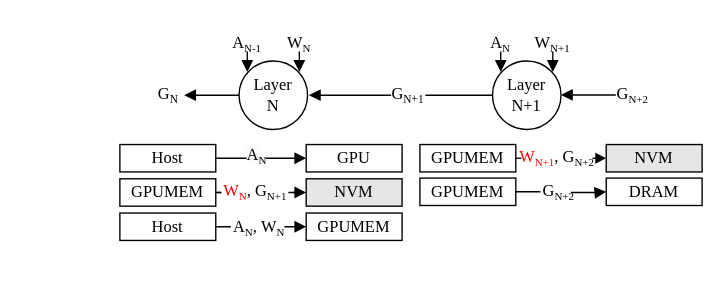
Above: fig/pipeline2.drawio in icszhr/NCheck (draw.io), before the change. Source tidied: cells renumbered, new cells numbered last; positions are measured from the earlier drawing's top-left corner, leaving out a move shared by most shapes. Both pictures are drawn from the tidied source at 137%, with x=0, y=0 at pixel (119, 23).
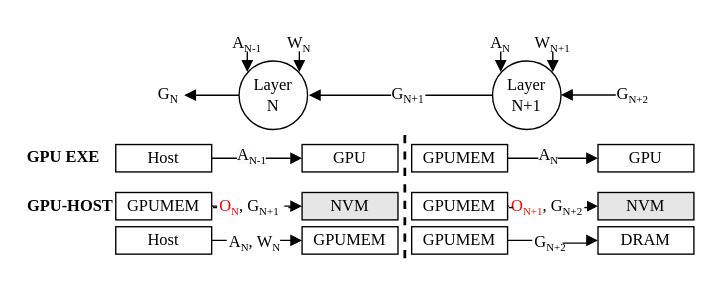
The same diagram, later.

Change to the diagram source:
```diff
@@
     <mxCell id="8" value="Host" style="rounded=0;whiteSpace=wrap;html=1;fontFamily=Times New Roman;" parent="1" vertex="1">
-      <mxGeometry y="88" width="70" height="20" as="geometry" />
+      <mxGeometry x="-3" y="88" width="70" height="20" as="geometry" />
     </mxCell>
     <mxCell id="9" value="GPU" style="rounded=0;whiteSpace=wrap;html=1;fontFamily=Times New Roman;" parent="1" vertex="1">
-      <mxGeometry x="136" y="88" width="70" height="20" as="geometry" />
+      <mxGeometry x="133" y="88" width="70" height="20" as="geometry" />
     </mxCell>
-    <mxCell id="10" value="&lt;span style=&quot;color: rgb(0, 0, 0); font-size: 12px; font-style: normal; font-variant-ligatures: normal; font-variant-caps: normal; font-weight: 400; letter-spacing: normal; orphans: 2; text-align: center; text-indent: 0px; text-transform: none; widows: 2; word-spacing: 0px; -webkit-text-stroke-width: 0px; white-space: normal; background-color: rgb(251, 251, 251); text-decoration-thickness: initial; text-decoration-style: initial; text-decoration-color: initial; float: none; display: inline !important;&quot;&gt;A&lt;/span&gt;&lt;sub style=&quot;forced-color-adjust: none; color: rgb(0, 0, 0); font-style: normal; font-variant-ligatures: normal; font-variant-caps: normal; font-weight: 400; letter-spacing: normal; orphans: 2; text-align: center; text-indent: 0px; text-transform: none; widows: 2; word-spacing: 0px; -webkit-text-stroke-width: 0px; white-space: normal; background-color: rgb(251, 251, 251); text-decoration-thickness: initial; text-decoration-style: initial; text-decoration-color: initial;&quot;&gt;&lt;font style=&quot;font-size: 8px;&quot;&gt;N&lt;/font&gt;&lt;/sub&gt;" style="text;whiteSpace=wrap;html=1;fontFamily=Times New Roman;" parent="1" vertex="1">
-      <mxGeometry x="91" y="82" width="23" height="30" as="geometry" />
+    <mxCell id="10" value="&lt;span style=&quot;color: rgb(0, 0, 0); font-size: 12px; font-style: normal; font-variant-ligatures: normal; font-variant-caps: normal; font-weight: 400; letter-spacing: normal; orphans: 2; text-align: center; text-indent: 0px; text-transform: none; widows: 2; word-spacing: 0px; -webkit-text-stroke-width: 0px; white-space: normal; background-color: rgb(251, 251, 251); text-decoration-thickness: initial; text-decoration-style: initial; text-decoration-color: initial; float: none; display: inline !important;&quot;&gt;A&lt;/span&gt;&lt;sub style=&quot;forced-color-adjust: none; color: rgb(0, 0, 0); font-style: normal; font-variant-ligatures: normal; font-variant-caps: normal; font-weight: 400; letter-spacing: normal; orphans: 2; text-align: center; text-indent: 0px; text-transform: none; widows: 2; word-spacing: 0px; -webkit-text-stroke-width: 0px; white-space: normal; background-color: rgb(251, 251, 251); text-decoration-thickness: initial; text-decoration-style: initial; text-decoration-color: initial;&quot;&gt;&lt;font style=&quot;font-size: 8px;&quot;&gt;N-1&lt;/font&gt;&lt;/sub&gt;" style="text;whiteSpace=wrap;html=1;fontFamily=Times New Roman;" parent="1" vertex="1">
+      <mxGeometry x="84" y="82" width="30" height="30" as="geometry" />
     </mxCell>
@@
+    <mxCell id="43" value="&lt;b&gt;GPU-HOST&lt;/b&gt;" style="text;html=1;align=center;verticalAlign=middle;whiteSpace=wrap;rounded=0;fontFamily=Times New Roman;" parent="1" vertex="1">
+      <mxGeometry x="-70" y="118" width="68" height="30" as="geometry" />
+    </mxCell>
@@
     <mxCell id="23" value="GPUMEM" style="rounded=0;whiteSpace=wrap;html=1;fontFamily=Times New Roman;" parent="1" vertex="1">
-      <mxGeometry x="219" y="88" width="70" height="20" as="geometry" />
+      <mxGeometry x="213" y="123" width="70" height="20" as="geometry" />
     </mxCell>
     <mxCell id="24" value="NVM" style="rounded=0;whiteSpace=wrap;html=1;fontFamily=Times New Roman;fillColor=#E6E6E6;" parent="1" vertex="1">
-      <mxGeometry x="355" y="88" width="70" height="20" as="geometry" />
+      <mxGeometry x="349" y="123" width="70" height="20" as="geometry" />
     </mxCell>
-    <mxCell id="25" value="&lt;div style=&quot;text-align: center;&quot;&gt;&lt;span style=&quot;background-color: initial; color: rgb(255, 0, 0);&quot;&gt;W&lt;/span&gt;&lt;sub style=&quot;background-color: initial; color: rgb(255, 0, 0);&quot;&gt;&lt;font style=&quot;font-size: 8px;&quot;&gt;N+1&lt;/font&gt;&lt;/sub&gt;, G&lt;sub&gt;&lt;font style=&quot;font-size: 8px;&quot;&gt;N+2&lt;/font&gt;&lt;/sub&gt;&lt;br&gt;&lt;/div&gt;" style="text;whiteSpace=wrap;html=1;fillColor=default;fontFamily=Times New Roman;" parent="1" vertex="1">
-      <mxGeometry x="290" y="83" width="57" height="20" as="geometry" />
+    <mxCell id="25" value="&lt;div style=&quot;text-align: center;&quot;&gt;&lt;span style=&quot;background-color: initial; color: rgb(255, 0, 0);&quot;&gt;O&lt;/span&gt;&lt;sub style=&quot;background-color: initial; color: rgb(255, 0, 0);&quot;&gt;&lt;font style=&quot;font-size: 8px;&quot;&gt;N+1&lt;/font&gt;&lt;/sub&gt;, G&lt;sub&gt;&lt;font style=&quot;font-size: 8px;&quot;&gt;N+2&lt;/font&gt;&lt;/sub&gt;&lt;br&gt;&lt;/div&gt;" style="text;whiteSpace=wrap;html=1;fillColor=default;fontFamily=Times New Roman;" parent="1" vertex="1">
+      <mxGeometry x="284" y="119" width="57" height="20" as="geometry" />
     </mxCell>
     <mxCell id="26" style="endArrow=none;html=1;rounded=0;" parent="1" edge="1">
       <mxGeometry relative="1" as="geometry">
-        <mxPoint x="290" y="98" as="sourcePoint" />
-        <mxPoint x="293" y="98" as="targetPoint" />
+        <mxPoint x="284" y="134" as="sourcePoint" />
+        <mxPoint x="287" y="134" as="targetPoint" />
       </mxGeometry>
     </mxCell>
     <mxCell id="27" style="endArrow=none;html=1;rounded=0;" parent="1" edge="1">
       <mxGeometry relative="1" as="geometry">
-        <mxPoint x="345" y="98" as="sourcePoint" />
-        <mxPoint x="348" y="98" as="targetPoint" />
+        <mxPoint x="339" y="134" as="sourcePoint" />
+        <mxPoint x="342" y="134" as="targetPoint" />
       </mxGeometry>
     </mxCell>
@@
     <mxCell id="29" value="GPUMEM" style="rounded=0;whiteSpace=wrap;html=1;fontFamily=Times New Roman;" parent="1" vertex="1">
-      <mxGeometry x="219" y="112.5" width="70" height="20" as="geometry" />
+      <mxGeometry x="213" y="148" width="70" height="20" as="geometry" />
     </mxCell>
     <mxCell id="30" value="DRAM" style="rounded=0;whiteSpace=wrap;html=1;fontFamily=Times New Roman;" parent="1" vertex="1">
-      <mxGeometry x="355" y="112.5" width="70" height="20" as="geometry" />
+      <mxGeometry x="349" y="148" width="70" height="20" as="geometry" />
     </mxCell>
@@
     <mxCell id="32" value="&lt;div style=&quot;text-align: center;&quot;&gt;G&lt;sub&gt;&lt;font style=&quot;font-size: 8px;&quot;&gt;N+2&lt;/font&gt;&lt;/sub&gt;&lt;br&gt;&lt;/div&gt;" style="text;whiteSpace=wrap;html=1;fillColor=default;fontFamily=Times New Roman;" parent="1" vertex="1">
-      <mxGeometry x="307" y="108" width="22" height="30" as="geometry" />
+      <mxGeometry x="301" y="145" width="22" height="30" as="geometry" />
     </mxCell>
@@
     <mxCell id="34" value="GPUMEM" style="rounded=0;whiteSpace=wrap;html=1;fontFamily=Times New Roman;" parent="1" vertex="1">
-      <mxGeometry y="113" width="70" height="20" as="geometry" />
+      <mxGeometry x="-3" y="123" width="70" height="20" as="geometry" />
     </mxCell>
     <mxCell id="35" value="NVM" style="rounded=0;whiteSpace=wrap;html=1;fontFamily=Times New Roman;fillColor=#E6E6E6;" parent="1" vertex="1">
-      <mxGeometry x="136" y="113" width="70" height="20" as="geometry" />
+      <mxGeometry x="133" y="123" width="70" height="20" as="geometry" />
     </mxCell>
-    <mxCell id="36" value="&lt;div style=&quot;text-align: center;&quot;&gt;&lt;span style=&quot;background-color: initial; color: rgb(255, 0, 0);&quot;&gt;W&lt;/span&gt;&lt;sub style=&quot;background-color: initial; color: rgb(255, 0, 0);&quot;&gt;&lt;font style=&quot;font-size: 8px;&quot;&gt;N&lt;/font&gt;&lt;/sub&gt;, G&lt;sub&gt;&lt;font style=&quot;font-size: 8px;&quot;&gt;N+1&lt;/font&gt;&lt;/sub&gt;&lt;br&gt;&lt;/div&gt;" style="text;whiteSpace=wrap;html=1;fillColor=default;fontFamily=Times New Roman;" parent="1" vertex="1">
-      <mxGeometry x="74" y="108" width="49" height="20" as="geometry" />
+    <mxCell id="36" value="&lt;div style=&quot;text-align: center;&quot;&gt;&lt;span style=&quot;background-color: initial; color: rgb(255, 0, 0);&quot;&gt;O&lt;/span&gt;&lt;sub style=&quot;background-color: initial; color: rgb(255, 0, 0);&quot;&gt;&lt;font style=&quot;font-size: 8px;&quot;&gt;N&lt;/font&gt;&lt;/sub&gt;, G&lt;sub&gt;&lt;font style=&quot;font-size: 8px;&quot;&gt;N+1&lt;/font&gt;&lt;/sub&gt;&lt;br&gt;&lt;/div&gt;" style="text;whiteSpace=wrap;html=1;fillColor=default;fontFamily=Times New Roman;" parent="1" vertex="1">
+      <mxGeometry x="71" y="119" width="49" height="20" as="geometry" />
     </mxCell>
     <mxCell id="37" style="endArrow=none;html=1;rounded=0;" parent="1" edge="1">
       <mxGeometry relative="1" as="geometry">
-        <mxPoint x="71" y="123" as="sourcePoint" />
-        <mxPoint x="74" y="123" as="targetPoint" />
+        <mxPoint x="68" y="134" as="sourcePoint" />
+        <mxPoint x="71" y="134" as="targetPoint" />
       </mxGeometry>
     </mxCell>
     <mxCell id="38" style="endArrow=none;html=1;rounded=0;" parent="1" edge="1">
       <mxGeometry relative="1" as="geometry">
-        <mxPoint x="126" y="123" as="sourcePoint" />
-        <mxPoint x="129" y="123" as="targetPoint" />
+        <mxPoint x="123" y="134" as="sourcePoint" />
+        <mxPoint x="126" y="134" as="targetPoint" />
       </mxGeometry>
     </mxCell>
@@
     <mxCell id="40" value="Host" style="rounded=0;whiteSpace=wrap;html=1;fontFamily=Times New Roman;" parent="1" vertex="1">
-      <mxGeometry y="138" width="70" height="20" as="geometry" />
+      <mxGeometry x="-3" y="148" width="70" height="20" as="geometry" />
     </mxCell>
     <mxCell id="41" value="GPUMEM" style="rounded=0;whiteSpace=wrap;html=1;fontFamily=Times New Roman;" parent="1" vertex="1">
-      <mxGeometry x="136" y="138" width="70" height="20" as="geometry" />
+      <mxGeometry x="133" y="148" width="70" height="20" as="geometry" />
     </mxCell>
     <mxCell id="42" value="&lt;div style=&quot;text-align: center;&quot;&gt;A&lt;sub&gt;&lt;font style=&quot;font-size: 8px;&quot;&gt;N&lt;/font&gt;&lt;/sub&gt;&lt;span style=&quot;background-color: initial;&quot;&gt;,&amp;nbsp;&lt;/span&gt;&lt;span style=&quot;background-color: initial;&quot;&gt;W&lt;/span&gt;&lt;sub style=&quot;background-color: initial;&quot;&gt;&lt;font style=&quot;font-size: 8px;&quot;&gt;N&lt;/font&gt;&lt;/sub&gt;&lt;span style=&quot;background-color: initial;&quot;&gt;&amp;nbsp;&lt;/span&gt;&lt;/div&gt;" style="text;whiteSpace=wrap;html=1;fillColor=default;fontFamily=Times New Roman;" parent="1" vertex="1">
-      <mxGeometry x="81" y="133.5" width="39" height="20" as="geometry" />
+      <mxGeometry x="78" y="144.5" width="39" height="20" as="geometry" />
     </mxCell>
+    <mxCell id="44" value="&lt;b&gt;GPU EXE&lt;/b&gt;" style="text;html=1;align=center;verticalAlign=middle;whiteSpace=wrap;rounded=0;fontFamily=Times New Roman;" parent="1" vertex="1">
+      <mxGeometry x="-70" y="82" width="58" height="30" as="geometry" />
+    </mxCell>
+    <mxCell id="45" style="endArrow=none;html=1;rounded=0;dashed=1;strokeWidth=2;" parent="1" edge="1">
+      <mxGeometry relative="1" as="geometry">
+        <mxPoint x="208" y="171" as="sourcePoint" />
+        <mxPoint x="208" y="75" as="targetPoint" />
+      </mxGeometry>
+    </mxCell>
+    <mxCell id="46" style="edgeStyle=orthogonalEdgeStyle;rounded=0;jettySize=auto;html=1;entryX=0;entryY=0.5;entryDx=0;entryDy=0;endArrow=block;endFill=1;exitX=1;exitY=0.5;exitDx=0;exitDy=0;fontFamily=Times New Roman;" parent="1" edge="1" source="47" target="48">
+      <mxGeometry relative="1" as="geometry" />
+    </mxCell>
+    <mxCell id="47" value="GPUMEM" style="rounded=0;whiteSpace=wrap;html=1;fontFamily=Times New Roman;" parent="1" vertex="1">
+      <mxGeometry x="213" y="88" width="70" height="20" as="geometry" />
+    </mxCell>
+    <mxCell id="48" value="GPU" style="rounded=0;whiteSpace=wrap;html=1;fontFamily=Times New Roman;" parent="1" vertex="1">
+      <mxGeometry x="349" y="88" width="70" height="20" as="geometry" />
+    </mxCell>
+    <mxCell id="49" value="&lt;span style=&quot;color: rgb(0, 0, 0); font-size: 12px; font-style: normal; font-variant-ligatures: normal; font-variant-caps: normal; font-weight: 400; letter-spacing: normal; orphans: 2; text-align: center; text-indent: 0px; text-transform: none; widows: 2; word-spacing: 0px; -webkit-text-stroke-width: 0px; white-space: normal; background-color: rgb(251, 251, 251); text-decoration-thickness: initial; text-decoration-style: initial; text-decoration-color: initial; float: none; display: inline !important;&quot;&gt;A&lt;/span&gt;&lt;sub style=&quot;forced-color-adjust: none; color: rgb(0, 0, 0); font-style: normal; font-variant-ligatures: normal; font-variant-caps: normal; font-weight: 400; letter-spacing: normal; orphans: 2; text-align: center; text-indent: 0px; text-transform: none; widows: 2; word-spacing: 0px; -webkit-text-stroke-width: 0px; white-space: normal; background-color: rgb(251, 251, 251); text-decoration-thickness: initial; text-decoration-style: initial; text-decoration-color: initial;&quot;&gt;&lt;font style=&quot;font-size: 8px;&quot;&gt;N&lt;/font&gt;&lt;/sub&gt;" style="text;whiteSpace=wrap;html=1;fontFamily=Times New Roman;" parent="1" vertex="1">
+      <mxGeometry x="304" y="82" width="23" height="30" as="geometry" />
+    </mxCell>
```
